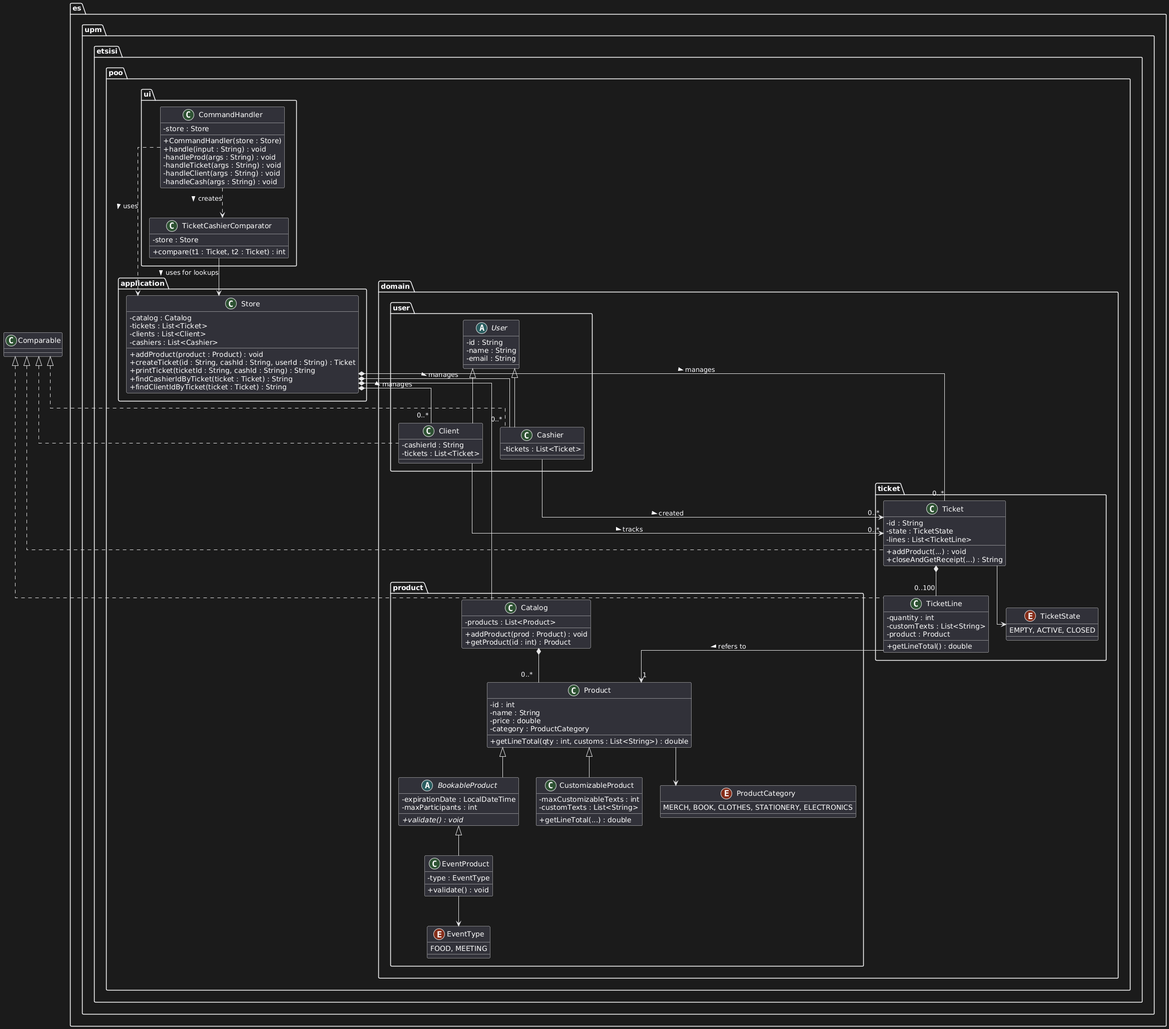
wincynin/POO-Practica keeps this PlantUML diagram as UML Diagram.png. Above is the earlier version.
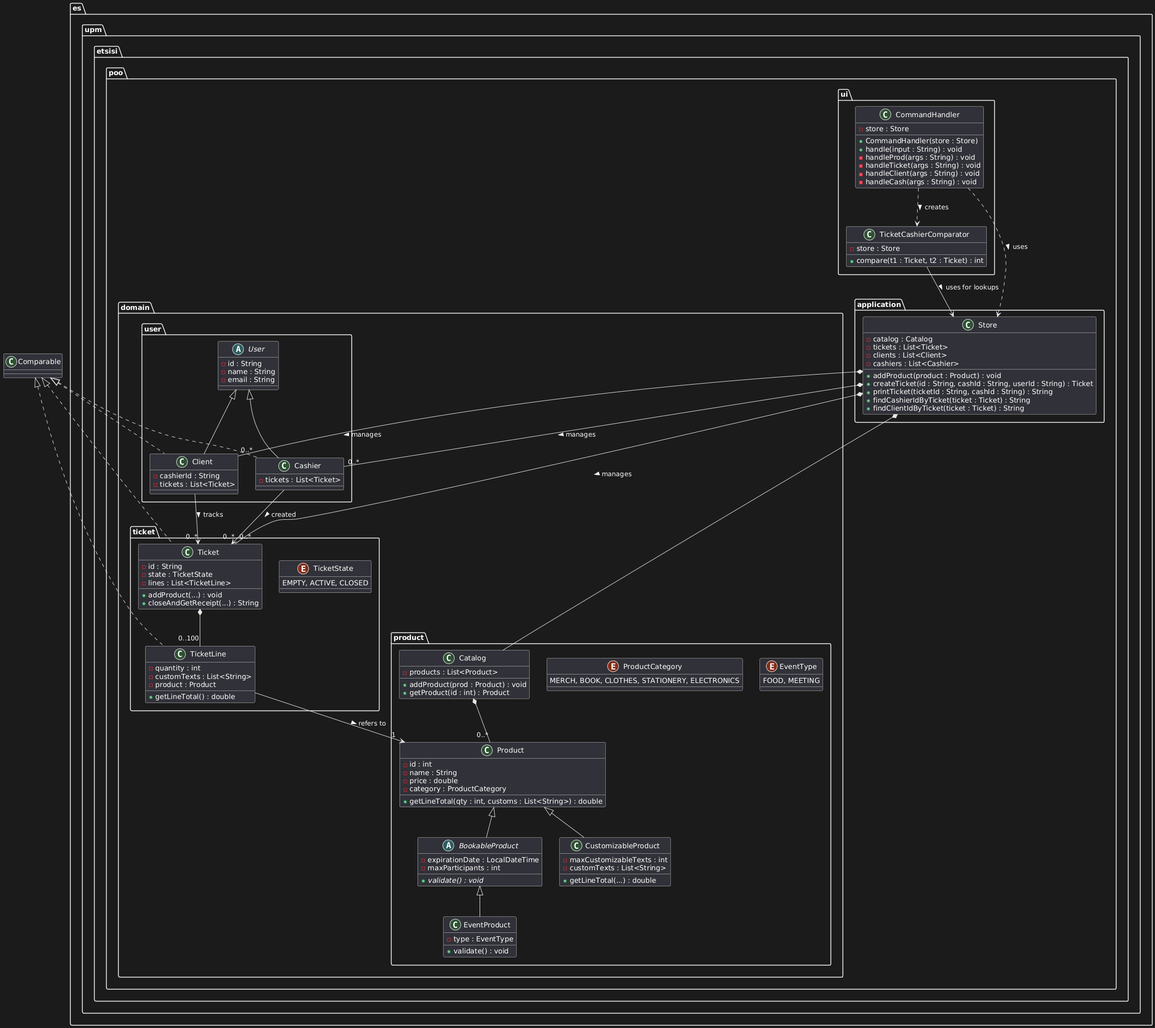
The same diagram one commit later.

Commit message:
Update UML Diagram and refactor product classes for clarity and consistency

Change to the diagram source:
```diff
@@ -1,7 +1,4 @@
 @startuml
-skinparam classAttributeIconSize 0
-skinparam linetype ortho
-
 
 package "es.upm.etsisi.poo" {
 
@@ -149,7 +146,4 @@
 CommandHandler ..> TicketCashierComparator : creates >
 TicketCashierComparator --> Store : uses for lookups >
 
-Product --> ProductCategory
-EventProduct --> EventType
-Ticket --> TicketState
 @enduml
```
